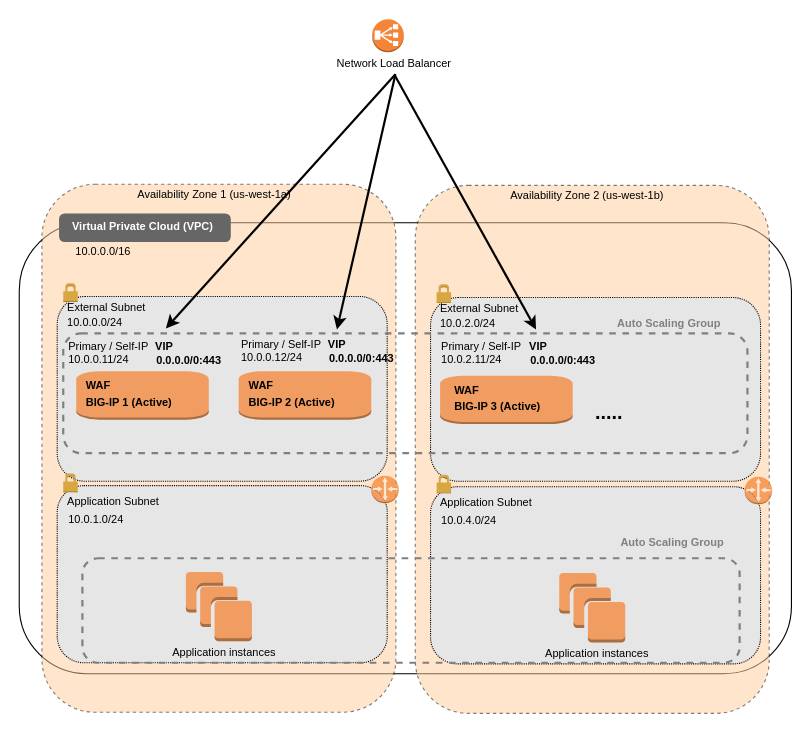
Before: examples/autoscale/payg/diagram.drawio in F5Networks/f5-aws-cloudformation-v2, a draw.io diagram. Source tidied: cells renumbered, new cells numbered last; positions are measured from the earlier drawing's top-left corner, leaving out a move shared by most shapes. Both pictures are drawn from the tidied source at 110%, with x=0, y=0 at pixel (19, 19).
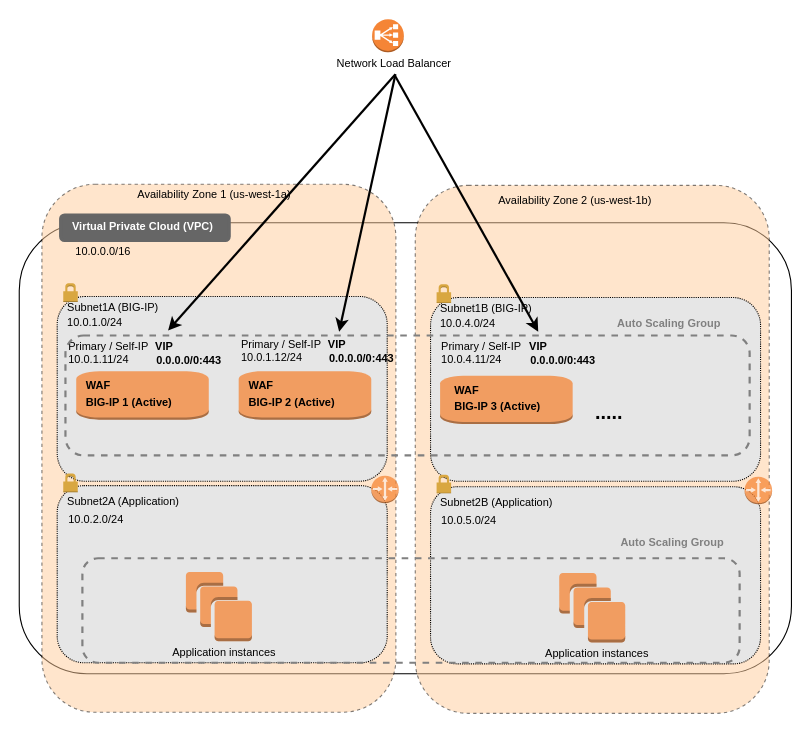
Above is the later version.

Change to the diagram source:
```diff
@@
-    <mxCell id="7" value="&lt;font style=&quot;font-size: 10px&quot;&gt;External Subnet&lt;/font&gt;" style="text;html=1;align=left;verticalAlign=middle;" parent="1" vertex="1">
-      <mxGeometry x="42" y="252" width="90" height="20" as="geometry" />
+    <mxCell id="7" value="&lt;font style=&quot;font-size: 10px&quot;&gt;Subnet1A (BIG-IP)&lt;/font&gt;" style="text;html=1;align=left;verticalAlign=middle;" parent="1" vertex="1">
+      <mxGeometry x="42" y="252" width="100" height="20" as="geometry" />
     </mxCell>
-    <mxCell id="8" value="&lt;font style=&quot;font-size: 10px&quot;&gt;10.0.0.0/24&lt;/font&gt;" style="text;html=1;align=left;verticalAlign=middle;" parent="1" vertex="1">
+    <mxCell id="8" value="&lt;font style=&quot;font-size: 10px&quot;&gt;10.0.1.0/24&lt;/font&gt;" style="text;html=1;align=left;verticalAlign=middle;" parent="1" vertex="1">
       <mxGeometry x="42" y="265" width="70" height="20" as="geometry" />
     </mxCell>
-    <mxCell id="9" value="&lt;font style=&quot;font-size: 10px&quot;&gt;Application Subnet&lt;/font&gt;" style="text;html=1;align=left;verticalAlign=middle;" parent="1" vertex="1">
-      <mxGeometry x="42" y="428" width="100" height="20" as="geometry" />
+    <mxCell id="9" value="&lt;font style=&quot;font-size: 10px&quot;&gt;Subnet2A (Application)&lt;/font&gt;" style="text;html=1;align=left;verticalAlign=middle;" parent="1" vertex="1">
+      <mxGeometry x="42" y="428" width="120" height="20" as="geometry" />
     </mxCell>
-    <mxCell id="10" value="&lt;font style=&quot;font-size: 10px&quot;&gt;10.0.1.0/24&lt;/font&gt;" style="text;html=1;align=left;verticalAlign=middle;" parent="1" vertex="1">
+    <mxCell id="10" value="&lt;font style=&quot;font-size: 10px&quot;&gt;10.0.2.0/24&lt;/font&gt;" style="text;html=1;align=left;verticalAlign=middle;" parent="1" vertex="1">
       <mxGeometry x="43.1" y="443.5" width="70" height="20" as="geometry" />
     </mxCell>
@@
-    <mxCell id="12" value="&lt;font style=&quot;font-size: 10px&quot;&gt;10.0.0.11/24&lt;/font&gt;" style="text;html=1;align=left;verticalAlign=middle;" parent="1" vertex="1">
+    <mxCell id="12" value="&lt;font style=&quot;font-size: 10px&quot;&gt;10.0.1.11/24&lt;/font&gt;" style="text;html=1;align=left;verticalAlign=middle;" parent="1" vertex="1">
       <mxGeometry x="43.1" y="299" width="70" height="20" as="geometry" />
     </mxCell>
@@
-    <mxCell id="28" value="&lt;font style=&quot;font-size: 10px&quot;&gt;Availability Zone 2 (us-west-1b)&lt;/font&gt;" style="text;html=1;align=center;verticalAlign=middle;" parent="1" vertex="1">
-      <mxGeometry x="441.3" y="150" width="150" height="20" as="geometry" />
-    </mxCell>
-    <mxCell id="29" value="&lt;font style=&quot;font-size: 10px&quot;&gt;External Subnet&lt;/font&gt;" style="text;html=1;align=left;verticalAlign=middle;" parent="1" vertex="1">
-      <mxGeometry x="381.4" y="253" width="90" height="20" as="geometry" />
+    <mxCell id="29" value="&lt;font style=&quot;font-size: 10px&quot;&gt;Subnet1B (BIG-IP)&lt;/font&gt;" style="text;html=1;align=left;verticalAlign=middle;" parent="1" vertex="1">
+      <mxGeometry x="381.4" y="253" width="100" height="20" as="geometry" />
     </mxCell>
-    <mxCell id="30" value="&lt;font style=&quot;font-size: 10px&quot;&gt;10.0.2.0/24&lt;/font&gt;" style="text;html=1;align=left;verticalAlign=middle;" parent="1" vertex="1">
+    <mxCell id="30" value="&lt;font style=&quot;font-size: 10px&quot;&gt;10.0.4.0/24&lt;/font&gt;" style="text;html=1;align=left;verticalAlign=middle;" parent="1" vertex="1">
       <mxGeometry x="381.4" y="266" width="70" height="20" as="geometry" />
     </mxCell>
-    <mxCell id="31" value="&lt;font style=&quot;font-size: 10px&quot;&gt;Application Subnet&lt;/font&gt;" style="text;html=1;align=left;verticalAlign=middle;" parent="1" vertex="1">
-      <mxGeometry x="381.4" y="429" width="100" height="20" as="geometry" />
+    <mxCell id="31" value="&lt;font style=&quot;font-size: 10px&quot;&gt;Subnet2B (Application)&lt;/font&gt;" style="text;html=1;align=left;verticalAlign=middle;" parent="1" vertex="1">
+      <mxGeometry x="381.4" y="429" width="120" height="20" as="geometry" />
     </mxCell>
-    <mxCell id="32" value="&lt;font style=&quot;font-size: 10px&quot;&gt;10.0.4.0/24&lt;/font&gt;" style="text;html=1;align=left;verticalAlign=middle;" parent="1" vertex="1">
+    <mxCell id="32" value="&lt;font style=&quot;font-size: 10px&quot;&gt;10.0.5.0/24&lt;/font&gt;" style="text;html=1;align=left;verticalAlign=middle;" parent="1" vertex="1">
       <mxGeometry x="382.4" y="444.5" width="70" height="20" as="geometry" />
     </mxCell>
@@
-    <mxCell id="42" value="&lt;font style=&quot;font-size: 10px&quot;&gt;10.0.2.11/24&lt;/font&gt;" style="text;html=1;align=left;verticalAlign=middle;" parent="1" vertex="1">
+    <mxCell id="42" value="&lt;font style=&quot;font-size: 10px&quot;&gt;10.0.4.11/24&lt;/font&gt;" style="text;html=1;align=left;verticalAlign=middle;" parent="1" vertex="1">
       <mxGeometry x="382.4" y="299" width="70" height="20" as="geometry" />
     </mxCell>
@@
     <mxCell id="46" style="rounded=1;whiteSpace=wrap;html=1;fillColor=none;dashed=1;strokeColor=#808080;strokeWidth=2;" parent="1" vertex="1">
-      <mxGeometry x="40" y="285.5" width="622" height="109" as="geometry" />
+      <mxGeometry x="42" y="287.5" width="622" height="109" as="geometry" />
     </mxCell>
@@
-    <mxCell id="52" value="&lt;font style=&quot;font-size: 10px&quot;&gt;10.0.0.12/24&lt;/font&gt;" style="text;html=1;align=left;verticalAlign=middle;" parent="1" vertex="1">
+    <mxCell id="52" value="&lt;font style=&quot;font-size: 10px&quot;&gt;10.0.1.12/24&lt;/font&gt;" style="text;html=1;align=left;verticalAlign=middle;" parent="1" vertex="1">
       <mxGeometry x="199.5" y="297" width="70" height="20" as="geometry" />
     </mxCell>
@@
+    <mxCell id="28" value="&lt;font style=&quot;font-size: 10px&quot;&gt;Availability Zone 2 (us-west-1b)&lt;/font&gt;" style="text;html=1;align=center;verticalAlign=middle;" parent="1" vertex="1">
+      <mxGeometry x="429.9" y="154" width="150" height="20" as="geometry" />
+    </mxCell>
```
